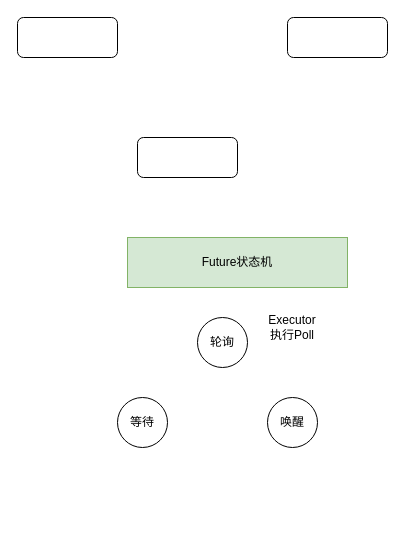
sundar-h/mynote keeps this draw.io diagram as futures.drawio. Above is the earlier version. Source tidied: cells renumbered, new cells numbered last; positions are measured from the earlier drawing's top-left corner, leaving out a move shared by most shapes. Both pictures are drawn from the tidied source at 100%, with x=0, y=0 at pixel (17, 17).
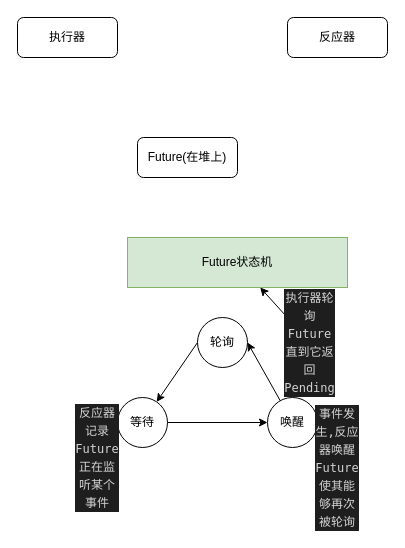
The same diagram, later.

Change to the diagram source:
```diff
@@
 <mxGraphModel>
   <root>
     <mxCell id="0" />
     <mxCell id="1" parent="0" />
-    <mxCell id="2" style="rounded=1;whiteSpace=wrap;html=1;" parent="1" vertex="1">
+    <mxCell id="2" value="执行器" style="rounded=1;whiteSpace=wrap;html=1;" parent="1" vertex="1">
       <mxGeometry width="100" height="40" as="geometry" />
     </mxCell>
-    <mxCell id="3" style="rounded=1;whiteSpace=wrap;html=1;" parent="1" vertex="1">
+    <mxCell id="3" value="反应器" style="rounded=1;whiteSpace=wrap;html=1;" parent="1" vertex="1">
       <mxGeometry x="270" width="100" height="40" as="geometry" />
     </mxCell>
-    <mxCell id="4" style="rounded=1;whiteSpace=wrap;html=1;" parent="1" vertex="1">
+    <mxCell id="4" value="Future(在堆上)" style="rounded=1;whiteSpace=wrap;html=1;" parent="1" vertex="1">
       <mxGeometry x="120" y="120" width="100" height="40" as="geometry" />
     </mxCell>
+    <mxCell id="10" style="rounded=0;jettySize=auto;html=1;exitX=0;exitY=0.5;exitDx=0;exitDy=0;" parent="1" edge="1" source="5" target="7">
+      <mxGeometry relative="1" as="geometry" />
+    </mxCell>
     <mxCell id="5" value="轮询" style="ellipse;whiteSpace=wrap;html=1;" parent="1" vertex="1">
       <mxGeometry x="180" y="300" width="50" height="50" as="geometry" />
     </mxCell>
     <mxCell id="6" value="Future状态机" style="text;html=1;strokeColor=#82b366;fillColor=#d5e8d4;align=center;verticalAlign=middle;whiteSpace=wrap;rounded=0;" parent="1" vertex="1">
       <mxGeometry x="110" y="220" width="220" height="50" as="geometry" />
     </mxCell>
+    <mxCell id="11" style="rounded=0;jettySize=auto;html=1;" parent="1" edge="1" source="7" target="8">
+      <mxGeometry relative="1" as="geometry" />
+    </mxCell>
     <mxCell id="7" value="等待" style="ellipse;whiteSpace=wrap;html=1;" parent="1" vertex="1">
       <mxGeometry x="100" y="380" width="50" height="50" as="geometry" />
     </mxCell>
+    <mxCell id="12" style="rounded=0;jettySize=auto;html=1;entryX=1;entryY=0.5;entryDx=0;entryDy=0;" parent="1" edge="1" source="8" target="5">
+      <mxGeometry relative="1" as="geometry" />
+    </mxCell>
     <mxCell id="8" value="唤醒" style="ellipse;whiteSpace=wrap;html=1;" parent="1" vertex="1">
       <mxGeometry x="250" y="380" width="50" height="50" as="geometry" />
     </mxCell>
+    <mxCell id="13" style="edgeStyle=none;rounded=0;jettySize=auto;html=1;" parent="1" edge="1" source="9" target="6">
+      <mxGeometry relative="1" as="geometry" />
+    </mxCell>
-    <mxCell id="9" value="Executor执行Poll" style="text;html=1;strokeColor=none;fillColor=none;align=center;verticalAlign=middle;whiteSpace=wrap;rounded=0;" parent="1" vertex="1">
-      <mxGeometry x="255" y="300" width="40" height="20" as="geometry" />
+    <mxCell id="9" value="&lt;div style=&quot;color: rgb(212 , 212 , 212) ; background-color: rgb(30 , 30 , 30) ; font-family: &amp;#34;jetbrainsmono nerd font&amp;#34; , &amp;#34;hack&amp;#34; , &amp;#34;menlo&amp;#34; , &amp;#34;monaco&amp;#34; , &amp;#34;courier new&amp;#34; , monospace , &amp;#34;menlo&amp;#34; , &amp;#34;monaco&amp;#34; , &amp;#34;courier new&amp;#34; , monospace ; line-height: 18px&quot;&gt;执行器轮询Future直到它返回Pending&lt;/div&gt;" style="text;html=1;strokeColor=none;fillColor=none;align=center;verticalAlign=middle;whiteSpace=wrap;rounded=0;" parent="1" vertex="1">
+      <mxGeometry x="270" y="295" width="45" height="60" as="geometry" />
     </mxCell>
+    <mxCell id="14" value="&lt;div style=&quot;color: rgb(212 , 212 , 212) ; background-color: rgb(30 , 30 , 30) ; font-family: &amp;#34;jetbrainsmono nerd font&amp;#34; , &amp;#34;hack&amp;#34; , &amp;#34;menlo&amp;#34; , &amp;#34;monaco&amp;#34; , &amp;#34;courier new&amp;#34; , monospace , &amp;#34;menlo&amp;#34; , &amp;#34;monaco&amp;#34; , &amp;#34;courier new&amp;#34; , monospace ; line-height: 18px&quot;&gt;反应器记录Future正在监听某个事件&lt;/div&gt;" style="text;html=1;strokeColor=none;fillColor=none;align=center;verticalAlign=middle;whiteSpace=wrap;rounded=0;" parent="1" vertex="1">
+      <mxGeometry x="60" y="430" width="40" height="20" as="geometry" />
+    </mxCell>
+    <mxCell id="15" value="&lt;div style=&quot;color: rgb(212 , 212 , 212) ; background-color: rgb(30 , 30 , 30) ; font-family: &amp;#34;jetbrainsmono nerd font&amp;#34; , &amp;#34;hack&amp;#34; , &amp;#34;menlo&amp;#34; , &amp;#34;monaco&amp;#34; , &amp;#34;courier new&amp;#34; , monospace , &amp;#34;menlo&amp;#34; , &amp;#34;monaco&amp;#34; , &amp;#34;courier new&amp;#34; , monospace ; line-height: 18px&quot;&gt;&lt;div style=&quot;line-height: 18px&quot;&gt;事件发生,反应器唤醒Future使其能够再次被轮询&lt;/div&gt;&lt;/div&gt;" style="text;html=1;strokeColor=none;fillColor=none;align=center;verticalAlign=middle;whiteSpace=wrap;rounded=0;" parent="1" vertex="1">
+      <mxGeometry x="300" y="440" width="40" height="20" as="geometry" />
+    </mxCell>
   </root>
 </mxGraphModel>
```
